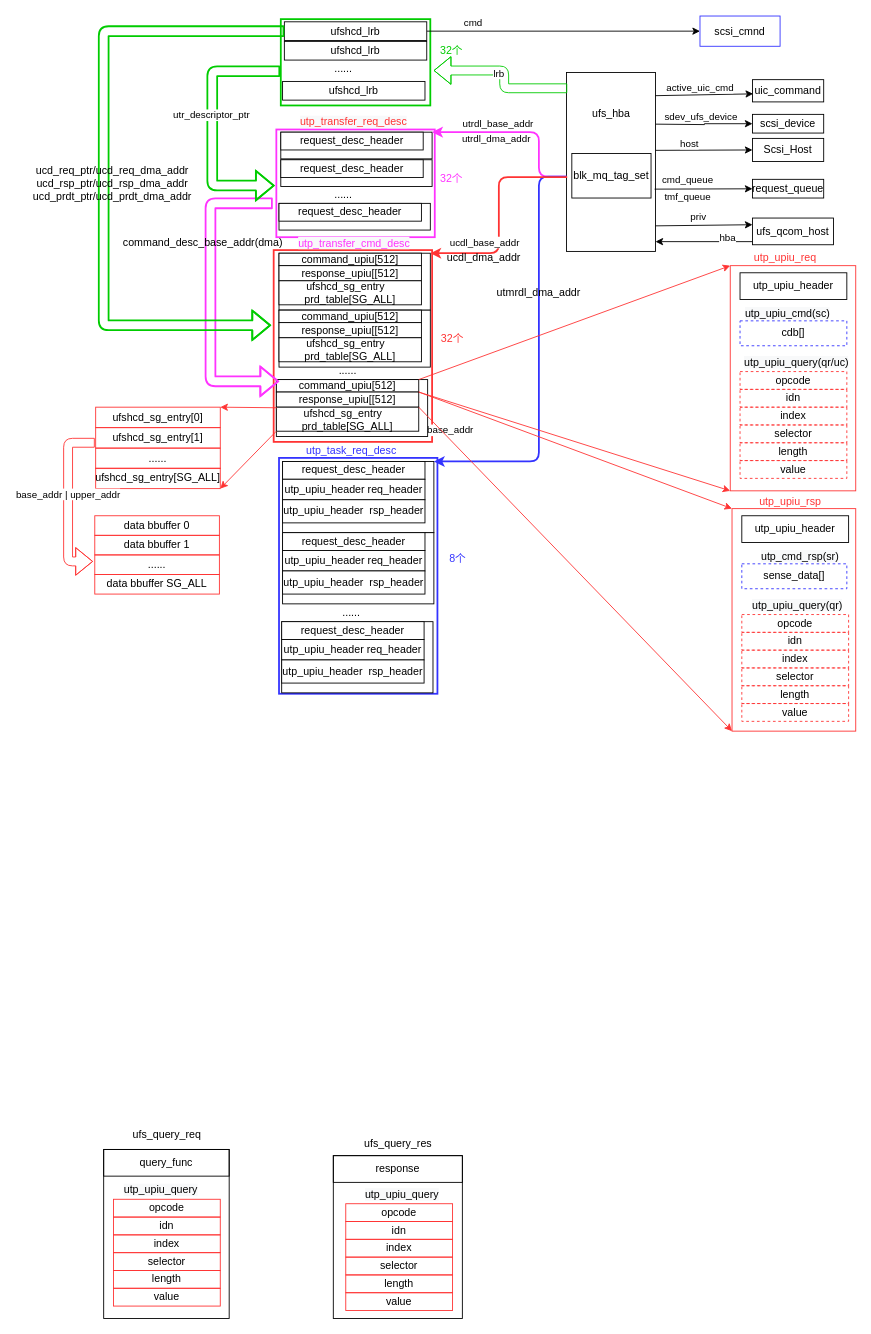
Earlier version of the draw.io diagram ufs.drawio (jasonactions/graph). Source tidied: cells renumbered, new cells numbered last; positions are measured from the earlier drawing's top-left corner, leaving out a move shared by most shapes. Both pictures are drawn from the tidied source at 89%, with x=0, y=0 at pixel (32, 15).
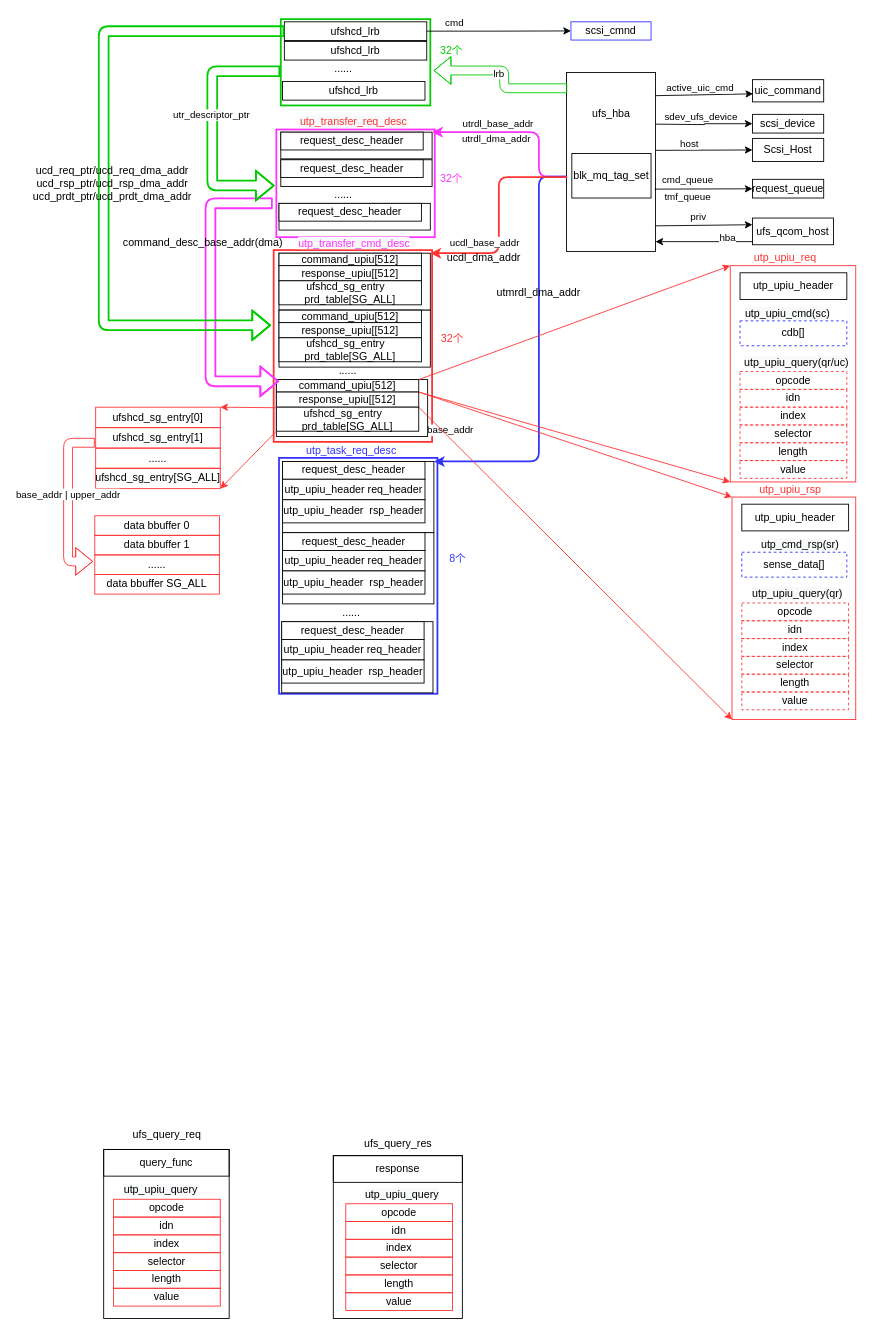
The same page after the edit.

The change refers to these unchanged cells:
```xml
<mxCell id="84" value="ufshcd_lrb" style="rounded=0;whiteSpace=wrap;html=1;" parent="1" vertex="1">
  <mxGeometry x="283" y="7" width="160" height="21" as="geometry" />
</mxCell>
```

What changed in the source:
```diff
@@
     <mxCell id="2" style="rounded=0;whiteSpace=wrap;html=1;strokeWidth=1;fillColor=none;strokeColor=#FF3333;" parent="1" vertex="1">
-      <mxGeometry x="784" y="281" width="141" height="253" as="geometry" />
+      <mxGeometry x="784" y="281" width="141" height="243" as="geometry" />
     </mxCell>
@@
-    <mxCell id="82" style="edgeStyle=orthogonalEdgeStyle;rounded=0;jettySize=auto;html=1;entryX=0;entryY=0.5;entryDx=0;entryDy=0;strokeColor=#000000;strokeWidth=1;" parent="1" edge="1" source="84" target="132">
+    <mxCell id="82" style="edgeStyle=orthogonalEdgeStyle;rounded=0;jettySize=auto;html=1;entryX=0;entryY=0.5;entryDx=0;entryDy=0;strokeColor=#000000;strokeWidth=1;exitX=1;exitY=0.5;exitDx=0;exitDy=0;" parent="1" edge="1" source="84" target="132">
       <mxGeometry relative="1" as="geometry" />
     </mxCell>
@@
     <mxCell id="100" style="rounded=0;whiteSpace=wrap;html=1;strokeWidth=1;fillColor=none;strokeColor=#FF3333;" parent="1" vertex="1">
-      <mxGeometry x="786" y="554" width="139" height="250" as="geometry" />
+      <mxGeometry x="786" y="541" width="139" height="250" as="geometry" />
     </mxCell>
     <mxCell id="101" value="utp_upiu_header" style="rounded=0;whiteSpace=wrap;html=1;strokeWidth=1;fillColor=none;" parent="1" vertex="1">
-      <mxGeometry x="797" y="562" width="120" height="30" as="geometry" />
+      <mxGeometry x="797" y="549" width="120" height="30" as="geometry" />
     </mxCell>
     <mxCell id="102" value="&lt;font color=&quot;#ff3333&quot;&gt;utp_upiu_rsp&lt;/font&gt;" style="text;whiteSpace=wrap;html=1;" parent="1" vertex="1">
-      <mxGeometry x="815" y="532" width="100" height="30" as="geometry" />
+      <mxGeometry x="815" y="519" width="100" height="30" as="geometry" />
     </mxCell>
     <mxCell id="103" value="sense_data[]" style="rounded=0;whiteSpace=wrap;html=1;strokeWidth=1;fillColor=none;dashed=1;strokeColor=#3333FF;" parent="1" vertex="1">
-      <mxGeometry x="797" y="616" width="118" height="28" as="geometry" />
+      <mxGeometry x="797" y="603" width="118" height="28" as="geometry" />
     </mxCell>
     <mxCell id="104" value="opcode" style="rounded=0;whiteSpace=wrap;html=1;strokeWidth=1;fillColor=none;dashed=1;strokeColor=#FF3333;" parent="1" vertex="1">
-      <mxGeometry x="797" y="673" width="120" height="20" as="geometry" />
+      <mxGeometry x="797" y="660" width="120" height="20" as="geometry" />
     </mxCell>
     <mxCell id="105" value="&lt;span style=&quot;color: rgb(0 , 0 , 0) ; font-family: &amp;#34;helvetica&amp;#34; ; font-size: 12px ; font-style: normal ; font-weight: 400 ; letter-spacing: normal ; text-align: center ; text-indent: 0px ; text-transform: none ; word-spacing: 0px ; background-color: rgb(248 , 249 , 250) ; display: inline ; float: none&quot;&gt;utp_cmd_rsp(sr)&lt;/span&gt;" style="text;whiteSpace=wrap;html=1;" parent="1" vertex="1">
-      <mxGeometry x="817" y="594" width="100" height="20" as="geometry" />
+      <mxGeometry x="817" y="581" width="100" height="20" as="geometry" />
     </mxCell>
     <mxCell id="106" value="&lt;span style=&quot;color: rgb(0 , 0 , 0) ; font-family: &amp;#34;helvetica&amp;#34; ; font-size: 12px ; font-style: normal ; font-weight: 400 ; letter-spacing: normal ; text-align: center ; text-indent: 0px ; text-transform: none ; word-spacing: 0px ; background-color: rgb(248 , 249 , 250) ; display: inline ; float: none&quot;&gt;utp_upiu_query(qr)&lt;/span&gt;" style="text;whiteSpace=wrap;html=1;dashed=1;" parent="1" vertex="1">
-      <mxGeometry x="807" y="649" width="100" height="30" as="geometry" />
+      <mxGeometry x="807" y="636" width="100" height="30" as="geometry" />
     </mxCell>
     <mxCell id="107" value="idn" style="rounded=0;whiteSpace=wrap;html=1;strokeWidth=1;fillColor=none;dashed=1;strokeColor=#FF3333;" parent="1" vertex="1">
-      <mxGeometry x="797" y="693" width="120" height="20" as="geometry" />
+      <mxGeometry x="797" y="680" width="120" height="20" as="geometry" />
     </mxCell>
     <mxCell id="108" value="index" style="rounded=0;whiteSpace=wrap;html=1;strokeWidth=1;fillColor=none;dashed=1;strokeColor=#FF3333;" parent="1" vertex="1">
-      <mxGeometry x="797" y="713" width="120" height="20" as="geometry" />
+      <mxGeometry x="797" y="700" width="120" height="20" as="geometry" />
     </mxCell>
     <mxCell id="109" value="selector" style="rounded=0;whiteSpace=wrap;html=1;strokeWidth=1;fillColor=none;dashed=1;strokeColor=#FF3333;" parent="1" vertex="1">
-      <mxGeometry x="797" y="733" width="120" height="20" as="geometry" />
+      <mxGeometry x="797" y="720" width="120" height="20" as="geometry" />
     </mxCell>
     <mxCell id="110" value="length" style="rounded=0;whiteSpace=wrap;html=1;strokeWidth=1;fillColor=none;dashed=1;strokeColor=#FF3333;" parent="1" vertex="1">
-      <mxGeometry x="797" y="753" width="120" height="20" as="geometry" />
+      <mxGeometry x="797" y="740" width="120" height="20" as="geometry" />
     </mxCell>
     <mxCell id="111" value="value" style="rounded=0;whiteSpace=wrap;html=1;strokeWidth=1;fillColor=none;dashed=1;strokeColor=#FF3333;" parent="1" vertex="1">
-      <mxGeometry x="797" y="773" width="120" height="20" as="geometry" />
+      <mxGeometry x="797" y="760" width="120" height="20" as="geometry" />
     </mxCell>
@@
     <mxCell id="132" value="scsi_cmnd" style="rounded=0;whiteSpace=wrap;html=1;strokeColor=#3333FF;strokeWidth=1;fillColor=none;" parent="1" vertex="1">
-      <mxGeometry x="750" y="0.5" width="90" height="34" as="geometry" />
+      <mxGeometry x="605" y="7" width="90" height="20.5" as="geometry" />
     </mxCell>
```
